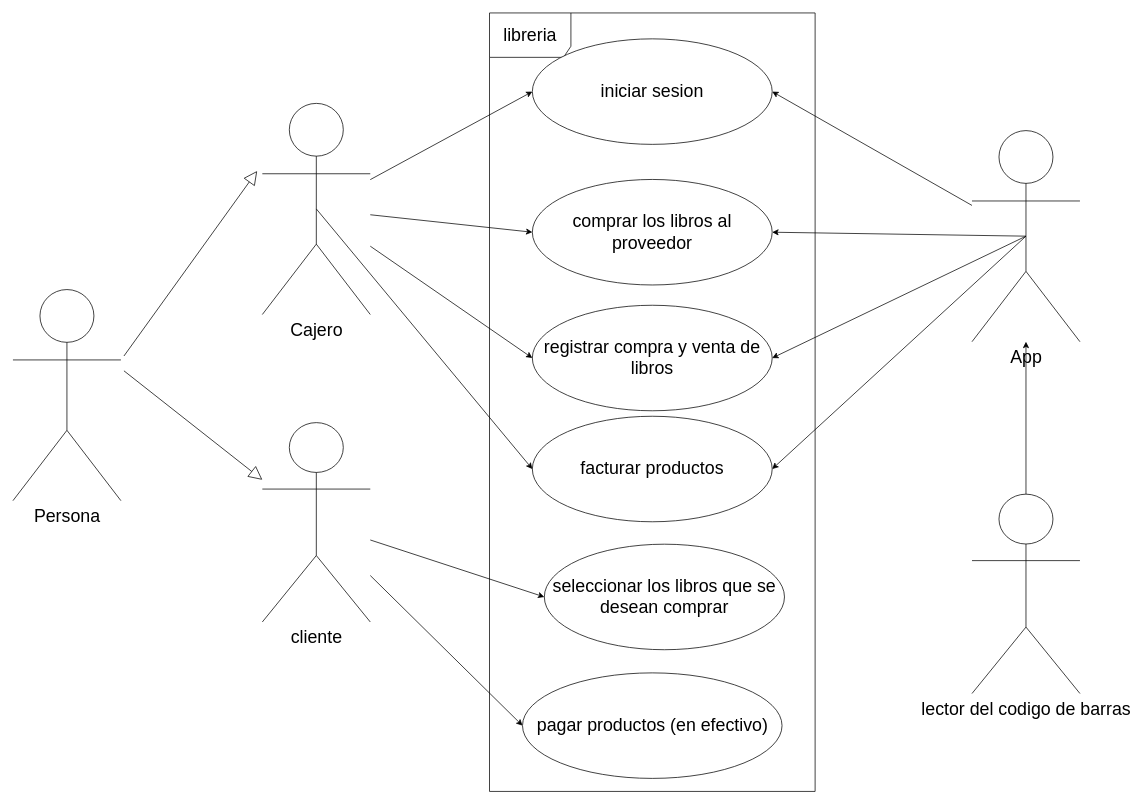
Earlier version of the draw.io diagram design/DCU_PrjL.dio (AlejandroTTD/Chapter-Connect-Library). Source tidied: cells renumbered, new cells numbered last; positions are measured from the earlier drawing's top-left corner, leaving out a move shared by most shapes. Both pictures are drawn from the tidied source at 74%, with x=0, y=0 at pixel (13, 13).
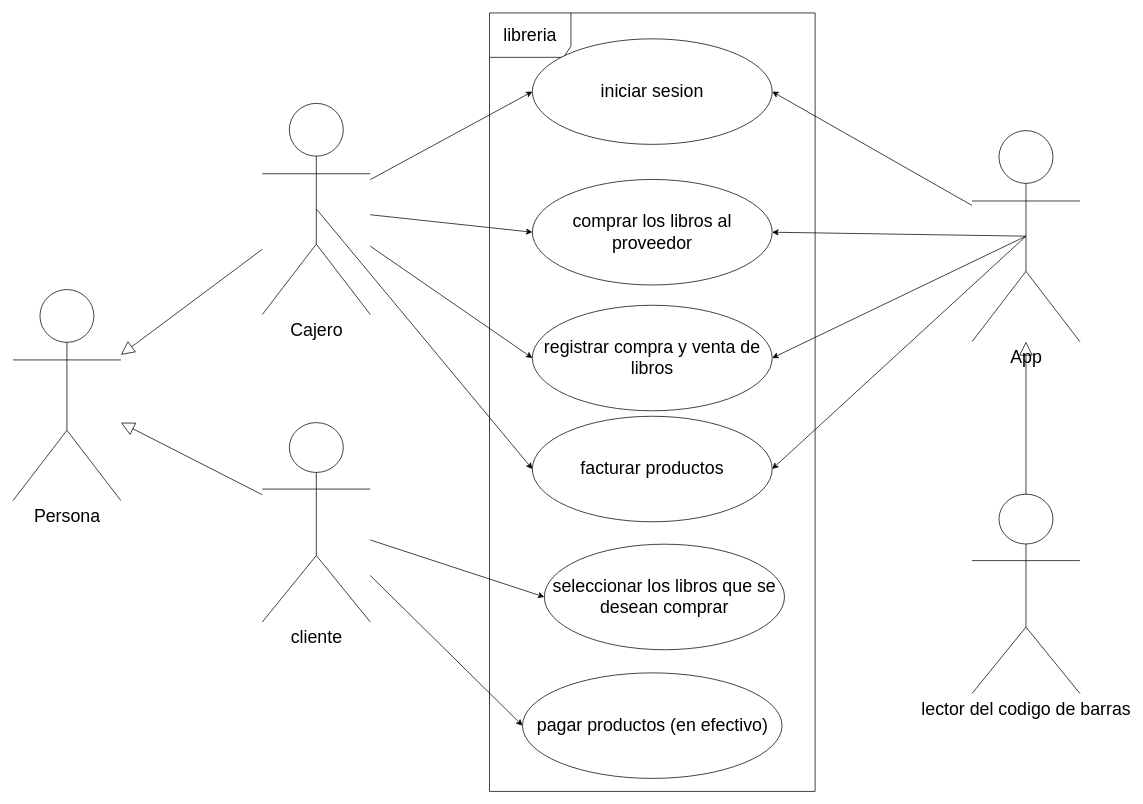
Above is the later version.

Unchanged cells that the change refers to:
```xml
<mxCell id="3" value="&lt;font style=&quot;font-size: 24px;&quot;&gt;cliente&lt;/font&gt;" style="shape=umlActor;verticalLabelPosition=bottom;verticalAlign=top;html=1;" parent="1" vertex="1">
  <mxGeometry x="337" y="553.6" width="145.9" height="269.4" as="geometry" />
</mxCell>
<mxCell id="6" value="&lt;font style=&quot;font-size: 24px;&quot;&gt;Cajero&lt;/font&gt;" style="shape=umlActor;verticalLabelPosition=bottom;verticalAlign=top;html=1;" parent="1" vertex="1">
  <mxGeometry x="337" y="122.2" width="145.9" height="285.3" as="geometry" />
</mxCell>
<mxCell id="9" value="&lt;font style=&quot;font-size: 24px;&quot;&gt;App&lt;/font&gt;" style="shape=umlActor;verticalLabelPosition=bottom;verticalAlign=top;html=1;" parent="1" vertex="1">
  <mxGeometry x="1296" y="159" width="145.9" height="285.3" as="geometry" />
</mxCell>
<mxCell id="11" value="&lt;font style=&quot;font-size: 24px;&quot;&gt;lector del codigo de barras&lt;/font&gt;" style="shape=umlActor;verticalLabelPosition=bottom;verticalAlign=top;html=1;" parent="1" vertex="1">
  <mxGeometry x="1296" y="650.3" width="145.9" height="269.4" as="geometry" />
</mxCell>
<mxCell id="21" value="&lt;font style=&quot;font-size: 24px;&quot;&gt;Persona&lt;/font&gt;" style="shape=umlActor;verticalLabelPosition=bottom;verticalAlign=top;html=1;" parent="1" vertex="1">
  <mxGeometry y="373.8" width="145.9" height="285.3" as="geometry" />
</mxCell>
```

Change to the diagram source:
```diff
@@
-    <mxCell id="10" style="edgeStyle=none;html=1;fontSize=24;" parent="1" edge="1" source="11" target="9">
-      <mxGeometry relative="1" as="geometry" />
-    </mxCell>
@@
-    <mxCell id="25" style="endArrow=block;endSize=16;endFill=0;html=1;" parent="1" edge="1">
-      <mxGeometry relative="1" as="geometry">
-        <mxPoint x="150" y="463.6" as="sourcePoint" />
-        <mxPoint x="330" y="213.6" as="targetPoint" />
-      </mxGeometry>
+    <mxCell id="25" style="endArrow=block;endSize=16;endFill=0;html=1;" parent="1" edge="1" source="6" target="21">
+      <mxGeometry relative="1" as="geometry" />
     </mxCell>
-    <mxCell id="26" style="endArrow=block;endSize=16;endFill=0;html=1;" parent="1" edge="1" target="3">
-      <mxGeometry relative="1" as="geometry">
-        <mxPoint x="150" y="483.6" as="sourcePoint" />
-      </mxGeometry>
+    <mxCell id="26" style="endArrow=block;endSize=16;endFill=0;html=1;" parent="1" edge="1" source="3" target="21">
+      <mxGeometry relative="1" as="geometry" />
     </mxCell>
+    <mxCell id="10" style="endArrow=block;endSize=16;endFill=0;html=1;exitX=0.5;exitY=0;exitDx=0;exitDy=0;exitPerimeter=0;" parent="1" edge="1" source="11" target="9">
+      <mxGeometry relative="1" as="geometry" />
+    </mxCell>
```
